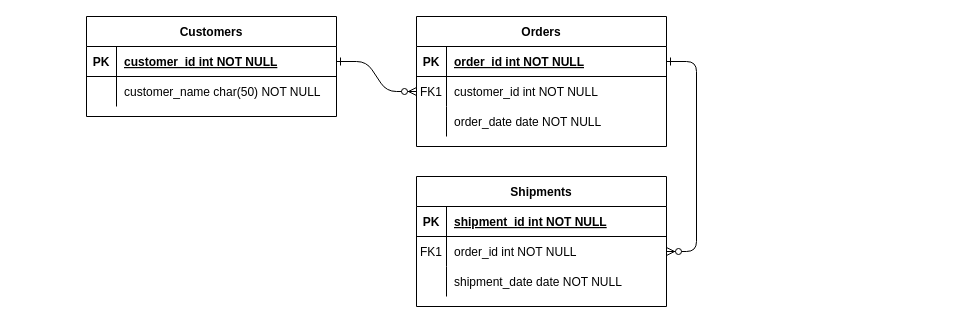
yeelcc/draw keeps this draw.io diagram as 未命名绘图.drawio. Above is the earlier version. Source tidied: cells renumbered, new cells numbered last; positions are measured from the earlier drawing's top-left corner, leaving out a move shared by most shapes. Both pictures are drawn from the tidied source at 100%, with x=0, y=0 at pixel (86, 16).
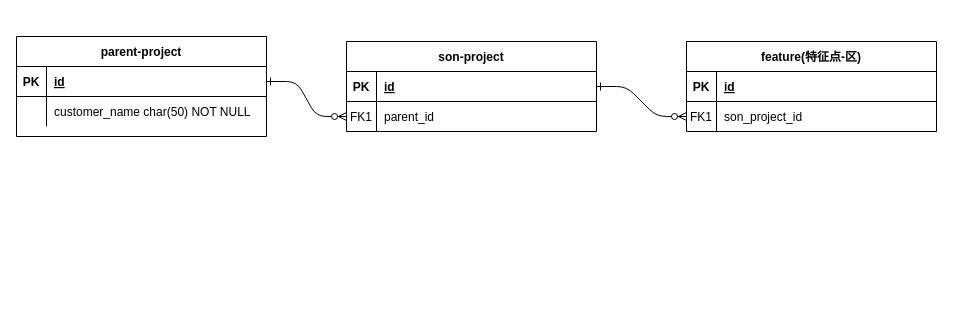
The same diagram, later.

The change refers to these unchanged cells:
```xml
<mxCell id="5" style="shape=partialRectangle;fillColor=none;points=[[0,0.5],[1,0.5]];portConstraint=eastwest;top=0;left=0;right=0;bottom=1;" parent="4" vertex="1">
  <mxGeometry y="30" width="250" height="30" as="geometry" />
</mxCell>
<mxCell id="8" style="shape=partialRectangle;fillColor=none;points=[[0,0.5],[1,0.5]];portConstraint=eastwest;top=0;left=0;right=0;bottom=0;" parent="4" vertex="1">
  <mxGeometry y="60" width="250" height="30" as="geometry" />
</mxCell>
<mxCell id="15" style="shape=partialRectangle;fillColor=none;top=0;left=0;right=0;bottom=1;" parent="14" vertex="1">
  <mxGeometry y="30" width="250" height="30" as="geometry" />
</mxCell>
<mxCell id="18" style="shape=partialRectangle;fillColor=none;points=[[0,0.5],[1,0.5]];portConstraint=eastwest;top=0;left=0;right=0;bottom=0;" parent="14" vertex="1">
  <mxGeometry y="60" width="250" height="30" as="geometry" />
</mxCell>
<mxCell id="25" style="shape=partialRectangle;fillColor=none;points=[[0,0.5],[1,0.5]];portConstraint=eastwest;top=0;left=0;right=0;bottom=1;" parent="24" vertex="1">
  <mxGeometry y="30" width="250" height="30" as="geometry" />
</mxCell>
```

Diff of the diagram source:
```diff
@@
-    <mxCell id="4" value="Orders" style="shape=table;startSize=30;childLayout=tableLayout;rowLines=0;fontStyle=1;align=center;" parent="1" vertex="1">
-      <mxGeometry x="330" width="250" height="130" as="geometry" />
+    <mxCell id="4" value="son-project" style="shape=table;startSize=30;childLayout=tableLayout;rowLines=0;fontStyle=1;align=center;" parent="1" vertex="1">
+      <mxGeometry x="260" y="25" width="250" height="90" as="geometry" />
     </mxCell>
@@
-    <mxCell id="7" value="order_id int NOT NULL " style="shape=partialRectangle;overflow=hidden;fillColor=none;top=0;left=0;bottom=0;right=0;align=left;spacingLeft=6;fontStyle=5;" parent="5" vertex="1">
+    <mxCell id="7" value="id" style="shape=partialRectangle;overflow=hidden;fillColor=none;top=0;left=0;bottom=0;right=0;align=left;spacingLeft=6;fontStyle=5;" parent="5" vertex="1">
       <mxGeometry x="30" width="220" height="30" as="geometry" />
     </mxCell>
@@
-    <mxCell id="10" value="customer_id int NOT NULL" style="shape=partialRectangle;overflow=hidden;fillColor=none;top=0;left=0;bottom=0;right=0;align=left;spacingLeft=6;" parent="8" vertex="1">
+    <mxCell id="10" value="parent_id" style="shape=partialRectangle;overflow=hidden;fillColor=none;top=0;left=0;bottom=0;right=0;align=left;spacingLeft=6;" parent="8" vertex="1">
       <mxGeometry x="30" width="220" height="30" as="geometry" />
     </mxCell>
-    <mxCell id="11" style="shape=partialRectangle;fillColor=none;top=0;left=0;right=0;bottom=0;" parent="4" vertex="1">
-      <mxGeometry y="90" width="250" height="30" as="geometry" />
-    </mxCell>
-    <mxCell id="12" style="shape=partialRectangle;overflow=hidden;fillColor=none;top=0;left=0;bottom=0;right=0;" parent="11" vertex="1">
-      <mxGeometry width="30" height="30" as="geometry" />
-    </mxCell>
-    <mxCell id="13" value="order_date date NOT NULL" style="shape=partialRectangle;overflow=hidden;fillColor=none;top=0;left=0;bottom=0;right=0;align=left;spacingLeft=6;" parent="11" vertex="1">
-      <mxGeometry x="30" width="220" height="30" as="geometry" />
-    </mxCell>
-    <mxCell id="14" value="Shipments" style="shape=table;startSize=30;childLayout=tableLayout;rowLines=0;fontStyle=1;align=center;" parent="1" vertex="1">
-      <mxGeometry x="330" y="160" width="250" height="130" as="geometry" />
+    <mxCell id="14" value="feature(特征点-区)" style="shape=table;startSize=30;childLayout=tableLayout;rowLines=0;fontStyle=1;align=center;" parent="1" vertex="1">
+      <mxGeometry x="600" y="25" width="250" height="90" as="geometry" />
     </mxCell>
@@
-    <mxCell id="17" value="shipment_id int NOT NULL " style="shape=partialRectangle;overflow=hidden;fillColor=none;top=0;left=0;bottom=0;right=0;align=left;spacingLeft=6;fontStyle=5;" parent="15" vertex="1">
+    <mxCell id="17" value="id" style="shape=partialRectangle;overflow=hidden;fillColor=none;top=0;left=0;bottom=0;right=0;align=left;spacingLeft=6;fontStyle=5;" parent="15" vertex="1">
       <mxGeometry x="30" width="220" height="30" as="geometry" />
     </mxCell>
@@
-    <mxCell id="20" value="order_id int NOT NULL" style="shape=partialRectangle;overflow=hidden;fillColor=none;top=0;left=0;bottom=0;right=0;align=left;spacingLeft=6;" parent="18" vertex="1">
+    <mxCell id="20" value="son_project_id" style="shape=partialRectangle;overflow=hidden;fillColor=none;top=0;left=0;bottom=0;right=0;align=left;spacingLeft=6;" parent="18" vertex="1">
       <mxGeometry x="30" width="220" height="30" as="geometry" />
     </mxCell>
-    <mxCell id="21" style="shape=partialRectangle;fillColor=none;top=0;left=0;right=0;bottom=0;" parent="14" vertex="1">
-      <mxGeometry y="90" width="250" height="30" as="geometry" />
-    </mxCell>
-    <mxCell id="22" style="shape=partialRectangle;overflow=hidden;fillColor=none;top=0;left=0;bottom=0;right=0;" parent="21" vertex="1">
-      <mxGeometry width="30" height="30" as="geometry" />
-    </mxCell>
-    <mxCell id="23" value="shipment_date date NOT NULL" style="shape=partialRectangle;overflow=hidden;fillColor=none;top=0;left=0;bottom=0;right=0;align=left;spacingLeft=6;" parent="21" vertex="1">
-      <mxGeometry x="30" width="220" height="30" as="geometry" />
-    </mxCell>
-    <mxCell id="24" value="Customers" style="shape=table;startSize=30;childLayout=tableLayout;rowLines=0;fontStyle=1;align=center;" parent="1" vertex="1">
-      <mxGeometry width="250" height="100" as="geometry" />
+    <mxCell id="24" value="parent-project" style="shape=table;startSize=30;childLayout=tableLayout;rowLines=0;fontStyle=1;align=center;" parent="1" vertex="1">
+      <mxGeometry x="-70" y="20" width="250" height="100" as="geometry" />
     </mxCell>
@@
-    <mxCell id="27" value="customer_id int NOT NULL " style="shape=partialRectangle;overflow=hidden;fillColor=none;top=0;left=0;bottom=0;right=0;align=left;spacingLeft=6;fontStyle=5;" parent="25" vertex="1">
+    <mxCell id="27" value="id" style="shape=partialRectangle;overflow=hidden;fillColor=none;top=0;left=0;bottom=0;right=0;align=left;spacingLeft=6;fontStyle=5;" parent="25" vertex="1">
       <mxGeometry x="30" width="220" height="30" as="geometry" />
     </mxCell>
```
